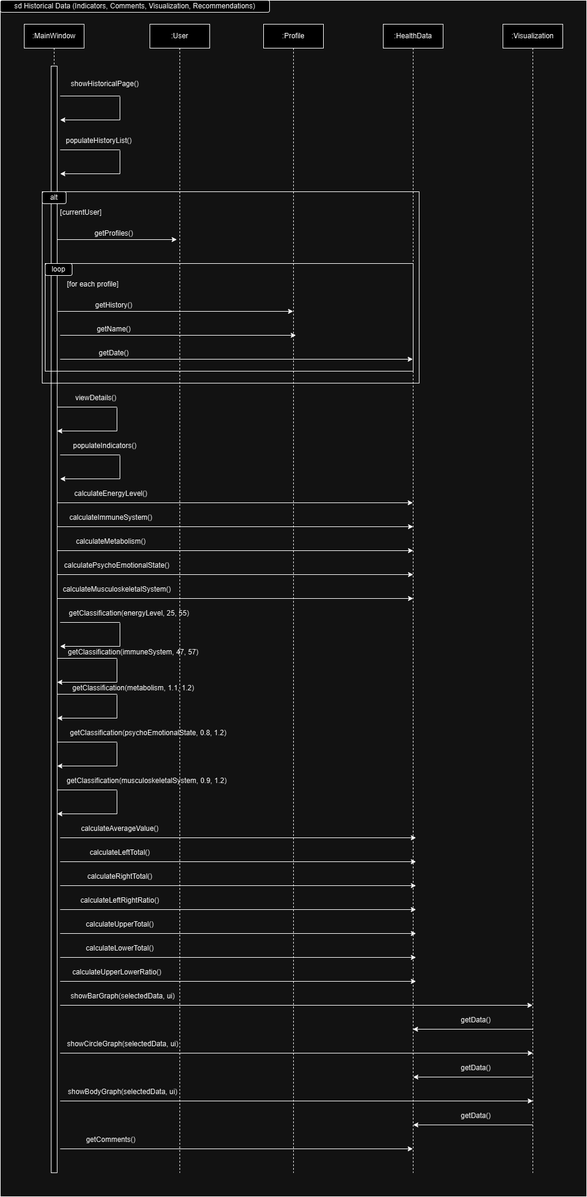
Above: Sequence Diagrams/View_History.png in abdelshafei/Team26RaDoTechSimulation (draw.io), before the change. Source tidied: cells renumbered, new cells last; positions are measured from the earlier drawing's top-left corner, leaving out a move shared by most shapes.
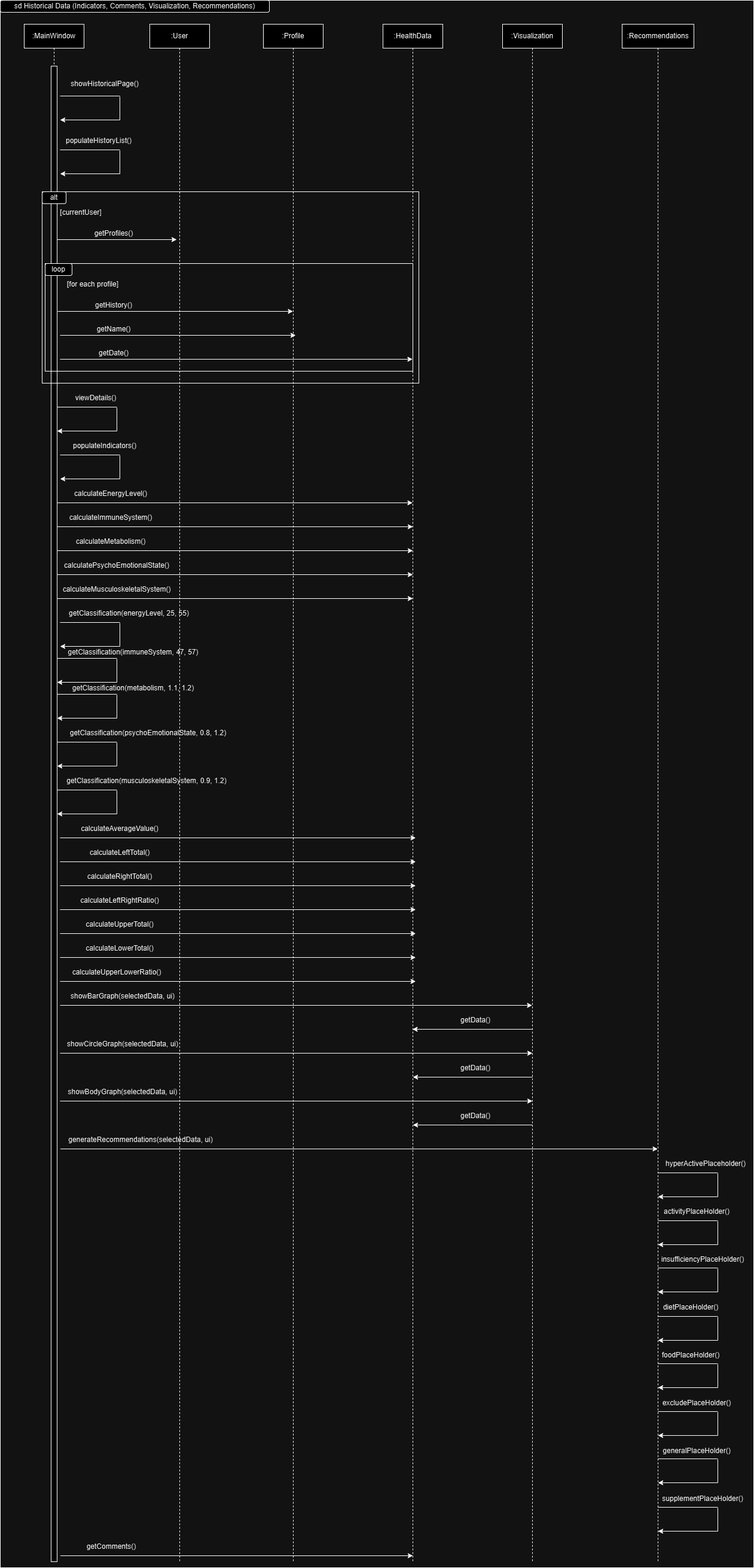
Above is the later version.

Commit message:
Updated Successful Scan and View History

What changed in the source:
```diff
@@ -3,13 +3,13 @@
     <mxCell id="0" />
     <mxCell id="1" parent="0" />
     <mxCell id="2" value=":MainWindow" style="shape=umlLifeline;perimeter=lifelinePerimeter;whiteSpace=wrap;html=1;newEdgeStyle={&quot;edgeStyle&quot;:&quot;elbowEdgeStyle&quot;,&quot;elbow&quot;:&quot;vertical&quot;,&quot;curved&quot;:0,&quot;rounded&quot;:0};" parent="1" vertex="1">
-      <mxGeometry x="40" y="40" width="100" height="1920" as="geometry" />
+      <mxGeometry x="40" y="40" width="100" height="2570" as="geometry" />
     </mxCell>
     <mxCell id="3" style="html=1;perimeter=orthogonalPerimeter;targetShapes=umlLifeline;newEdgeStyle={&quot;edgeStyle&quot;:&quot;elbowEdgeStyle&quot;,&quot;elbow&quot;:&quot;vertical&quot;,&quot;curved&quot;:0,&quot;rounded&quot;:0};" parent="2" vertex="1">
-      <mxGeometry x="45" y="70" width="10" height="1850" as="geometry" />
+      <mxGeometry x="45" y="70" width="10" height="2500" as="geometry" />
     </mxCell>
     <mxCell id="4" value=":User" style="shape=umlLifeline;perimeter=lifelinePerimeter;whiteSpace=wrap;html=1;newEdgeStyle={&quot;edgeStyle&quot;:&quot;elbowEdgeStyle&quot;,&quot;elbow&quot;:&quot;vertical&quot;,&quot;curved&quot;:0,&quot;rounded&quot;:0};" parent="1" vertex="1">
-      <mxGeometry x="250" y="40" width="100" height="1920" as="geometry" />
+      <mxGeometry x="250" y="40" width="100" height="2570" as="geometry" />
     </mxCell>
     <mxCell id="5" style="endArrow=none;html=1;rounded=0;" parent="1" edge="1">
       <mxGeometry relative="1" as="geometry">
@@ -72,7 +72,7 @@
       <mxGeometry x="80" y="340" width="110" height="30" as="geometry" />
     </mxCell>
     <mxCell id="17" value=":Profile" style="shape=umlLifeline;perimeter=lifelinePerimeter;whiteSpace=wrap;html=1;outlineConnect=0;portConstraint=eastwest;newEdgeStyle={&quot;edgeStyle&quot;:&quot;elbowEdgeStyle&quot;,&quot;elbow&quot;:&quot;vertical&quot;,&quot;curved&quot;:0,&quot;rounded&quot;:0};" parent="1" vertex="1">
-      <mxGeometry x="440" y="40" width="100" height="1920" as="geometry" />
+      <mxGeometry x="440" y="40" width="100" height="2570" as="geometry" />
     </mxCell>
     <mxCell id="18" value="loop" style="rounded=1;whiteSpace=wrap;html=1;" parent="1" vertex="1">
       <mxGeometry x="75" y="440" width="45" height="20" as="geometry" />
@@ -98,7 +98,7 @@
       <mxGeometry x="135" y="500" width="110" height="20" as="geometry" />
     </mxCell>
     <mxCell id="24" value=":HealthData" style="shape=umlLifeline;perimeter=lifelinePerimeter;whiteSpace=wrap;html=1;outlineConnect=0;portConstraint=eastwest;newEdgeStyle={&quot;edgeStyle&quot;:&quot;elbowEdgeStyle&quot;,&quot;elbow&quot;:&quot;vertical&quot;,&quot;curved&quot;:0,&quot;rounded&quot;:0};" parent="1" vertex="1">
-      <mxGeometry x="640" y="40" width="100" height="1920" as="geometry" />
+      <mxGeometry x="640" y="40" width="100" height="2570" as="geometry" />
     </mxCell>
     <mxCell id="25" style="endArrow=classic;html=1;rounded=0;" parent="1" edge="1">
       <mxGeometry relative="1" as="geometry">
@@ -166,7 +166,7 @@
       <mxGeometry x="120" y="730" width="110" height="30" as="geometry" />
     </mxCell>
     <mxCell id="39" value=":Visualization" style="shape=umlLifeline;perimeter=lifelinePerimeter;whiteSpace=wrap;html=1;newEdgeStyle={&quot;edgeStyle&quot;:&quot;elbowEdgeStyle&quot;,&quot;elbow&quot;:&quot;vertical&quot;,&quot;curved&quot;:0,&quot;rounded&quot;:0};" parent="1" vertex="1">
-      <mxGeometry x="840" y="40" width="100" height="1920" as="geometry" />
+      <mxGeometry x="840" y="40" width="100" height="2570" as="geometry" />
     </mxCell>
     <mxCell id="40" style="endArrow=classic;html=1;rounded=0;" parent="1" edge="1">
       <mxGeometry relative="1" as="geometry">
@@ -197,12 +197,12 @@
     </mxCell>
     <mxCell id="46" style="endArrow=classic;html=1;rounded=0;" parent="1" edge="1">
       <mxGeometry relative="1" as="geometry">
-        <mxPoint x="100" y="1920" as="sourcePoint" />
-        <mxPoint x="689.5" y="1920" as="targetPoint" />
+        <mxPoint x="100.5" y="2600" as="sourcePoint" />
+        <mxPoint x="690" y="2600" as="targetPoint" />
       </mxGeometry>
     </mxCell>
     <mxCell id="47" value="getComments()" style="text;html=1;align=center;verticalAlign=middle;whiteSpace=wrap;rounded=0;" parent="1" vertex="1">
-      <mxGeometry x="50" y="1890" width="270" height="30" as="geometry" />
+      <mxGeometry x="50.5" y="2570" width="270" height="30" as="geometry" />
     </mxCell>
     <mxCell id="48" style="endArrow=classic;html=1;rounded=0;" parent="1" edge="1" target="24">
       <mxGeometry relative="1" as="geometry">
@@ -442,11 +442,190 @@
     <mxCell id="97" value="getData()" style="text;html=1;align=center;verticalAlign=middle;whiteSpace=wrap;rounded=0;" parent="1" vertex="1">
       <mxGeometry x="740" y="1850" width="110" height="30" as="geometry" />
     </mxCell>
-    <mxCell id="98" style="rounded=0;whiteSpace=wrap;html=1;fillColor=none;" parent="1" vertex="1">
-      <mxGeometry width="980" height="2000" as="geometry" />
-    </mxCell>
     <mxCell id="99" value="sd Historical Data (Indicators, Comments, Visualization, Recommendations)" style="rounded=1;whiteSpace=wrap;html=1;" parent="1" vertex="1">
       <mxGeometry width="450" height="20" as="geometry" />
     </mxCell>
+    <mxCell id="100" value=":Recommendations" style="shape=umlLifeline;perimeter=lifelinePerimeter;whiteSpace=wrap;html=1;outlineConnect=0;portConstraint=eastwest;newEdgeStyle={&quot;edgeStyle&quot;:&quot;elbowEdgeStyle&quot;,&quot;elbow&quot;:&quot;vertical&quot;,&quot;curved&quot;:0,&quot;rounded&quot;:0};" parent="1" vertex="1">
+      <mxGeometry x="1040" y="40" width="120" height="2570" as="geometry" />
+    </mxCell>
+    <mxCell id="101" style="endArrow=classic;html=1;rounded=0;" parent="1" edge="1" target="100">
+      <mxGeometry relative="1" as="geometry">
+        <mxPoint x="100.5" y="1920" as="sourcePoint" />
+      </mxGeometry>
+    </mxCell>
+    <mxCell id="102" value="generateRecommendations(selectedData, ui)" style="text;html=1;align=center;verticalAlign=middle;whiteSpace=wrap;rounded=0;" parent="1" vertex="1">
+      <mxGeometry x="100" y="1890" width="270" height="30" as="geometry" />
+    </mxCell>
+    <mxCell id="103" style="endArrow=none;html=1;rounded=0;" parent="1" edge="1">
+      <mxGeometry relative="1" as="geometry">
+        <mxPoint x="1100" y="1960" as="sourcePoint" />
+        <mxPoint x="1200" y="1960" as="targetPoint" />
+      </mxGeometry>
+    </mxCell>
+    <mxCell id="104" style="endArrow=none;html=1;rounded=0;" parent="1" edge="1">
+      <mxGeometry relative="1" as="geometry">
+        <mxPoint x="1200" y="2000" as="sourcePoint" />
+        <mxPoint x="1200" y="1961" as="targetPoint" />
+      </mxGeometry>
+    </mxCell>
+    <mxCell id="105" style="endArrow=classic;html=1;rounded=0;" parent="1" edge="1">
+      <mxGeometry relative="1" as="geometry">
+        <mxPoint x="1200" y="2000" as="sourcePoint" />
+        <mxPoint x="1100" y="2000" as="targetPoint" />
+      </mxGeometry>
+    </mxCell>
+    <mxCell id="106" style="endArrow=none;html=1;rounded=0;" parent="1" edge="1">
+      <mxGeometry relative="1" as="geometry">
+        <mxPoint x="1100" y="2040" as="sourcePoint" />
+        <mxPoint x="1200" y="2040" as="targetPoint" />
+      </mxGeometry>
+    </mxCell>
+    <mxCell id="107" style="endArrow=none;html=1;rounded=0;" parent="1" edge="1">
+      <mxGeometry relative="1" as="geometry">
+        <mxPoint x="1200" y="2080" as="sourcePoint" />
+        <mxPoint x="1200" y="2041" as="targetPoint" />
+      </mxGeometry>
+    </mxCell>
+    <mxCell id="108" style="endArrow=classic;html=1;rounded=0;" parent="1" edge="1">
+      <mxGeometry relative="1" as="geometry">
+        <mxPoint x="1200" y="2080" as="sourcePoint" />
+        <mxPoint x="1100" y="2080" as="targetPoint" />
+      </mxGeometry>
+    </mxCell>
+    <mxCell id="109" style="endArrow=none;html=1;rounded=0;" parent="1" edge="1">
+      <mxGeometry relative="1" as="geometry">
+        <mxPoint x="1100" y="2119" as="sourcePoint" />
+        <mxPoint x="1200" y="2119" as="targetPoint" />
+      </mxGeometry>
+    </mxCell>
+    <mxCell id="110" style="endArrow=none;html=1;rounded=0;" parent="1" edge="1">
+      <mxGeometry relative="1" as="geometry">
+        <mxPoint x="1200" y="2159" as="sourcePoint" />
+        <mxPoint x="1200" y="2120" as="targetPoint" />
+      </mxGeometry>
+    </mxCell>
+    <mxCell id="111" style="endArrow=classic;html=1;rounded=0;" parent="1" edge="1">
+      <mxGeometry relative="1" as="geometry">
+        <mxPoint x="1200" y="2159" as="sourcePoint" />
+        <mxPoint x="1100" y="2159" as="targetPoint" />
+      </mxGeometry>
+    </mxCell>
+    <mxCell id="112" style="endArrow=none;html=1;rounded=0;" parent="1" edge="1">
+      <mxGeometry relative="1" as="geometry">
+        <mxPoint x="1100" y="2200" as="sourcePoint" />
+        <mxPoint x="1200" y="2200" as="targetPoint" />
+      </mxGeometry>
+    </mxCell>
+    <mxCell id="113" style="endArrow=none;html=1;rounded=0;" parent="1" edge="1">
+      <mxGeometry relative="1" as="geometry">
+        <mxPoint x="1200" y="2240" as="sourcePoint" />
+        <mxPoint x="1200" y="2201" as="targetPoint" />
+      </mxGeometry>
+    </mxCell>
+    <mxCell id="114" style="endArrow=classic;html=1;rounded=0;" parent="1" edge="1">
+      <mxGeometry relative="1" as="geometry">
+        <mxPoint x="1200" y="2240" as="sourcePoint" />
+        <mxPoint x="1100" y="2240" as="targetPoint" />
+      </mxGeometry>
+    </mxCell>
+    <mxCell id="115" style="endArrow=none;html=1;rounded=0;" parent="1" edge="1">
+      <mxGeometry relative="1" as="geometry">
+        <mxPoint x="1100" y="2279" as="sourcePoint" />
+        <mxPoint x="1200" y="2279" as="targetPoint" />
+      </mxGeometry>
+    </mxCell>
+    <mxCell id="116" style="endArrow=none;html=1;rounded=0;" parent="1" edge="1">
+      <mxGeometry relative="1" as="geometry">
+        <mxPoint x="1200" y="2319" as="sourcePoint" />
+        <mxPoint x="1200" y="2280" as="targetPoint" />
+      </mxGeometry>
+    </mxCell>
+    <mxCell id="117" style="endArrow=classic;html=1;rounded=0;" parent="1" edge="1">
+      <mxGeometry relative="1" as="geometry">
+        <mxPoint x="1200" y="2319" as="sourcePoint" />
+        <mxPoint x="1100" y="2319" as="targetPoint" />
+      </mxGeometry>
+    </mxCell>
+    <mxCell id="118" style="endArrow=none;html=1;rounded=0;" parent="1" edge="1">
+      <mxGeometry relative="1" as="geometry">
+        <mxPoint x="1100" y="2359" as="sourcePoint" />
+        <mxPoint x="1200" y="2359" as="targetPoint" />
+      </mxGeometry>
+    </mxCell>
+    <mxCell id="119" style="endArrow=none;html=1;rounded=0;" parent="1" edge="1">
+      <mxGeometry relative="1" as="geometry">
+        <mxPoint x="1200" y="2399" as="sourcePoint" />
+        <mxPoint x="1200" y="2360" as="targetPoint" />
+      </mxGeometry>
+    </mxCell>
+    <mxCell id="120" style="endArrow=classic;html=1;rounded=0;" parent="1" edge="1">
+      <mxGeometry relative="1" as="geometry">
+        <mxPoint x="1200" y="2399" as="sourcePoint" />
+        <mxPoint x="1100" y="2399" as="targetPoint" />
+      </mxGeometry>
+    </mxCell>
+    <mxCell id="121" style="endArrow=none;html=1;rounded=0;" parent="1" edge="1">
+      <mxGeometry relative="1" as="geometry">
+        <mxPoint x="1100" y="2438" as="sourcePoint" />
+        <mxPoint x="1200" y="2438" as="targetPoint" />
+      </mxGeometry>
+    </mxCell>
+    <mxCell id="122" style="endArrow=none;html=1;rounded=0;" parent="1" edge="1">
+      <mxGeometry relative="1" as="geometry">
+        <mxPoint x="1200" y="2478" as="sourcePoint" />
+        <mxPoint x="1200" y="2439" as="targetPoint" />
+      </mxGeometry>
+    </mxCell>
+    <mxCell id="123" style="endArrow=classic;html=1;rounded=0;" parent="1" edge="1">
+      <mxGeometry relative="1" as="geometry">
+        <mxPoint x="1200" y="2478" as="sourcePoint" />
+        <mxPoint x="1100" y="2478" as="targetPoint" />
+      </mxGeometry>
+    </mxCell>
+    <mxCell id="124" style="endArrow=none;html=1;rounded=0;" parent="1" edge="1">
+      <mxGeometry relative="1" as="geometry">
+        <mxPoint x="1100" y="2519" as="sourcePoint" />
+        <mxPoint x="1200" y="2519" as="targetPoint" />
+      </mxGeometry>
+    </mxCell>
+    <mxCell id="125" style="endArrow=none;html=1;rounded=0;" parent="1" edge="1">
+      <mxGeometry relative="1" as="geometry">
+        <mxPoint x="1200" y="2559" as="sourcePoint" />
+        <mxPoint x="1200" y="2520" as="targetPoint" />
+      </mxGeometry>
+    </mxCell>
+    <mxCell id="126" style="endArrow=classic;html=1;rounded=0;" parent="1" edge="1">
+      <mxGeometry relative="1" as="geometry">
+        <mxPoint x="1200" y="2559" as="sourcePoint" />
+        <mxPoint x="1100" y="2559" as="targetPoint" />
+      </mxGeometry>
+    </mxCell>
+    <mxCell id="127" value="hyperActivePlaceholder()" style="text;html=1;align=center;verticalAlign=middle;whiteSpace=wrap;rounded=0;" parent="1" vertex="1">
+      <mxGeometry x="1125" y="1930" width="110" height="30" as="geometry" />
+    </mxCell>
+    <mxCell id="128" value="activityPlaceHolder()" style="text;html=1;align=center;verticalAlign=middle;whiteSpace=wrap;rounded=0;" parent="1" vertex="1">
+      <mxGeometry x="1110" y="2010" width="110" height="30" as="geometry" />
+    </mxCell>
+    <mxCell id="129" value="insufficiencyPlaceHolder()" style="text;html=1;align=center;verticalAlign=middle;whiteSpace=wrap;rounded=0;" parent="1" vertex="1">
+      <mxGeometry x="1120" y="2090" width="110" height="30" as="geometry" />
+    </mxCell>
+    <mxCell id="130" value="dietPlaceHolder()" style="text;html=1;align=center;verticalAlign=middle;whiteSpace=wrap;rounded=0;" parent="1" vertex="1">
+      <mxGeometry x="1100" y="2170" width="110" height="30" as="geometry" />
+    </mxCell>
+    <mxCell id="131" value="foodPlaceHolder()" style="text;html=1;align=center;verticalAlign=middle;whiteSpace=wrap;rounded=0;" parent="1" vertex="1">
+      <mxGeometry x="1100" y="2250" width="110" height="30" as="geometry" />
+    </mxCell>
+    <mxCell id="132" value="excludePlaceHolder()" style="text;html=1;align=center;verticalAlign=middle;whiteSpace=wrap;rounded=0;" parent="1" vertex="1">
+      <mxGeometry x="1110" y="2330" width="110" height="30" as="geometry" />
+    </mxCell>
+    <mxCell id="133" value="generalPlaceHolder()" style="text;html=1;align=center;verticalAlign=middle;whiteSpace=wrap;rounded=0;" parent="1" vertex="1">
+      <mxGeometry x="1110" y="2410" width="110" height="30" as="geometry" />
+    </mxCell>
+    <mxCell id="134" value="supplementPlaceHolder()" style="text;html=1;align=center;verticalAlign=middle;whiteSpace=wrap;rounded=0;" parent="1" vertex="1">
+      <mxGeometry x="1120" y="2490" width="110" height="30" as="geometry" />
+    </mxCell>
+    <mxCell id="135" style="rounded=0;whiteSpace=wrap;html=1;fillColor=none;" parent="1" vertex="1">
+      <mxGeometry width="1260" height="2620" as="geometry" />
+    </mxCell>
   </root>
 </mxGraphModel>
```
